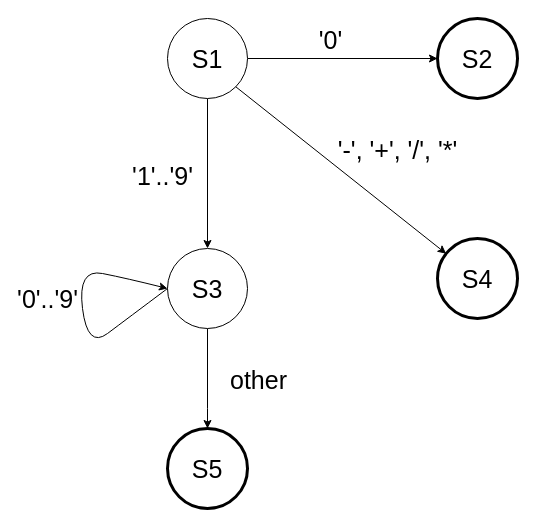
This is img/automata_for_lexical_analyzer.drawio from DamirJann/math-parser, a draw.io file, before an edit. Source tidied: cells renumbered, new cells numbered last; positions are measured from the earlier drawing's top-left corner, leaving out a move shared by most shapes. Both pictures are drawn from the tidied source at 100%, with x=0, y=0 at pixel (77, 18).
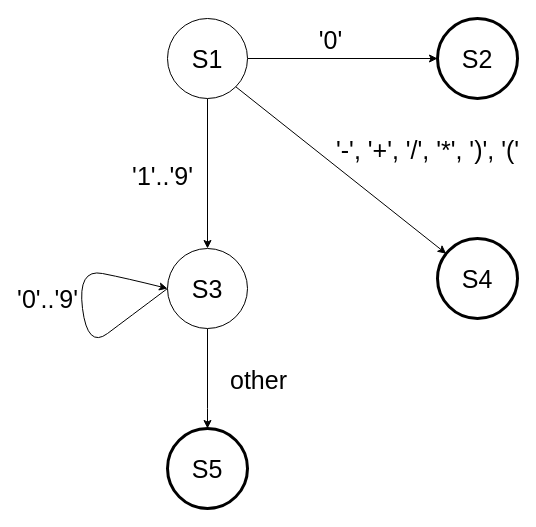
After the change.

Commit message (it also covers changes not shown here):
added not working lexical analyzer

The change refers to these unchanged cells:
```xml
<mxCell id="10" style="endArrow=classic;html=1;rounded=0;fontSize=25;exitX=1;exitY=1;exitDx=0;exitDy=0;" parent="1" edge="1" source="5" target="9">
  <mxGeometry relative="1" as="geometry" />
</mxCell>
```

Diff of the diagram source:
```diff
@@
-    <mxCell id="11" value="'-', '+', '/', '*'" style="edgeLabel;html=1;align=center;verticalAlign=middle;fontSize=25;" parent="10" vertex="1">
+    <mxCell id="11" value="'-', '+', '/', '*', ')', '('" style="edgeLabel;html=1;align=center;verticalAlign=middle;fontSize=25;" parent="10" vertex="1">
       <mxGeometry x="0.25" y="-2" relative="1" as="geometry">
-        <mxPoint x="31" y="-44" as="offset" />
+        <mxPoint x="61" y="-44" as="offset" />
       </mxGeometry>
     </mxCell>
```
